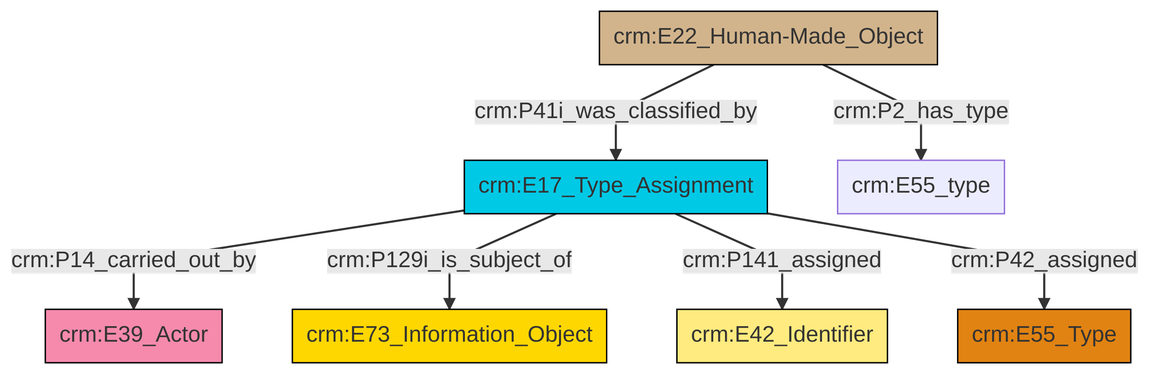
swiss-art-research-net/docs.swissartresearch keeps this Mermaid diagram as et/builtWorkCSV/ttl/mmd/png/Built_Work_designation_status.png. Above is the earlier version. Its source is kept beside it as et/builtWorkCSV/ttl/mmd/Built_Work_designation_status.ttl.mmd.
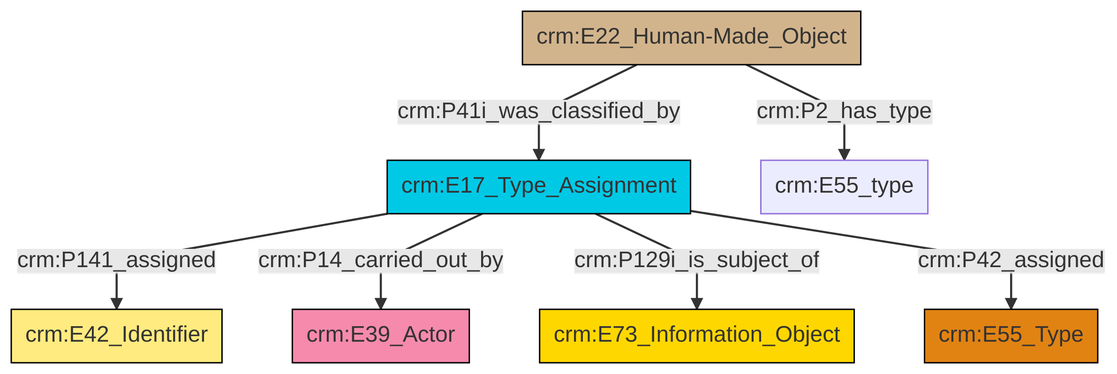
The same diagram one commit later.

What changed in the source:
```diff
@@ -13,9 +13,9 @@
 classDef PC_Classes fill:#4ce600, stroke:#000000;
 classDef Multi fill:#cccccc,stroke:#000000;
 
-2["crm:E17_Type_Assignment"]:::Temporal_Entity -->|crm:P14_carried_out_by| 0["crm:E39_Actor"]:::Actor
-3["crm:E22_Human-Made_Object"]:::Physical_Thing -->|crm:P2_has_type| 4["crm:E55_type"]:::Default
-3["crm:E22_Human-Made_Object"]:::Physical_Thing -->|crm:P41i_was_classified_by| 2["crm:E17_Type_Assignment"]:::Temporal_Entity
-2["crm:E17_Type_Assignment"]:::Temporal_Entity -->|crm:P129i_is_subject_of| 5["crm:E73_Information_Object"]:::Conceptual_Object
-2["crm:E17_Type_Assignment"]:::Temporal_Entity -->|crm:P141_assigned| 10["crm:E42_Identifier"]:::Appellation
-2["crm:E17_Type_Assignment"]:::Temporal_Entity -->|crm:P42_assigned| 8["crm:E55_Type"]:::Type
+4["crm:E22_Human-Made_Object"]:::Physical_Thing -->|crm:P2_has_type| 5["crm:E55_type"]:::Default
+0["crm:E17_Type_Assignment"]:::Temporal_Entity -->|crm:P141_assigned| 2["crm:E42_Identifier"]:::Appellation
+0["crm:E17_Type_Assignment"]:::Temporal_Entity -->|crm:P14_carried_out_by| 8["crm:E39_Actor"]:::Actor
+4["crm:E22_Human-Made_Object"]:::Physical_Thing -->|crm:P41i_was_classified_by| 0["crm:E17_Type_Assignment"]:::Temporal_Entity
+0["crm:E17_Type_Assignment"]:::Temporal_Entity -->|crm:P129i_is_subject_of| 9["crm:E73_Information_Object"]:::Conceptual_Object
+0["crm:E17_Type_Assignment"]:::Temporal_Entity -->|crm:P42_assigned| 6["crm:E55_Type"]:::Type
```
